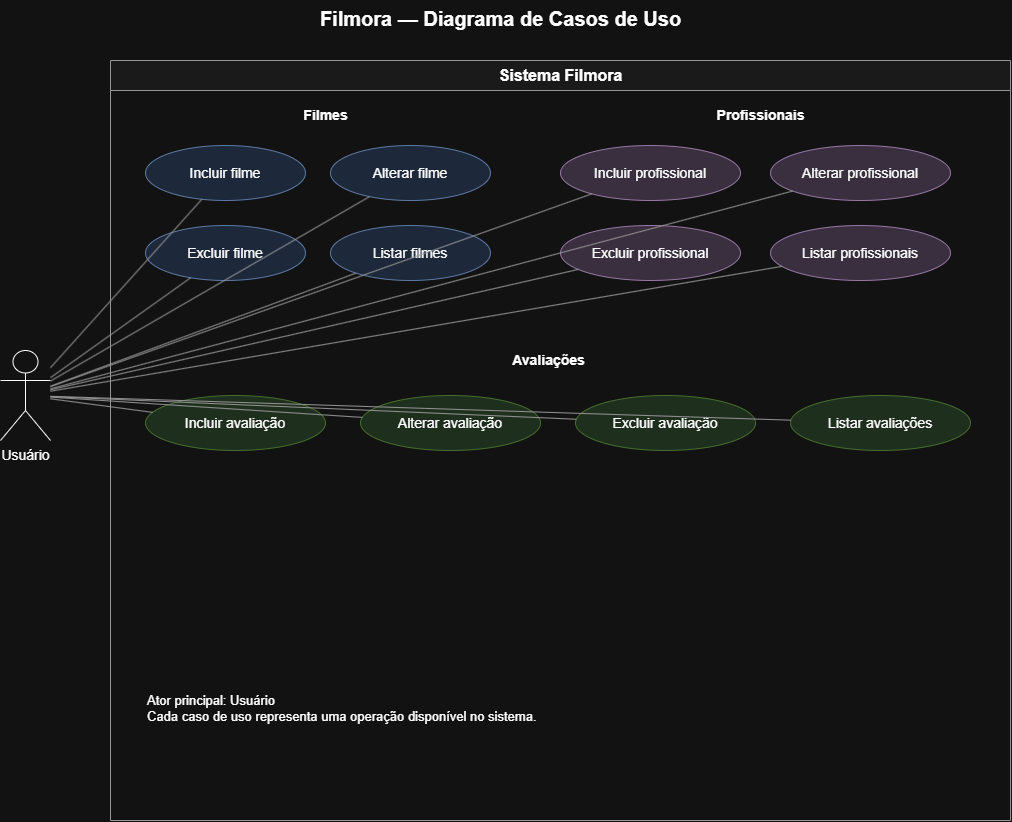
anacmoser/sp3150747Filmora keeps this draw.io diagram as docs/DiagramaCasosdeUso.drawio.png. Above is the earlier version. Source tidied: cells renumbered, new cells last; positions are measured from the earlier drawing's top-left corner, leaving out a move shared by most shapes.
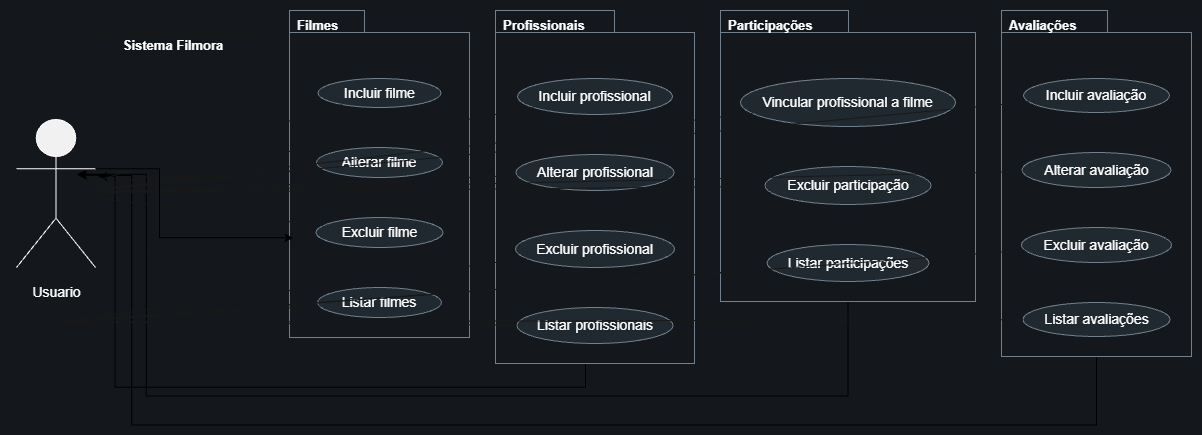
The same diagram one commit later.

Commit message:
ajeitando diagramas

What changed in the source:
```diff
@@ -1,99 +1,159 @@
-<mxGraphModel>
+<mxGraphModel background="#14181c">
   <root>
     <mxCell id="0" />
     <mxCell id="1" parent="0" />
-    <mxCell id="2" value="Filmora — Diagrama de Casos de Uso" style="text;html=1;align=center;verticalAlign=middle;fontSize=20;fontStyle=1;" parent="1" vertex="1">
-      <mxGeometry x="150" width="700" height="35" as="geometry" />
-    </mxCell>
-    <mxCell id="3" value="Usuário" style="shape=umlActor;verticalLabelPosition=bottom;verticalAlign=top;html=1;fontSize=14;labelPerimeter=1;" parent="1" vertex="1">
-      <mxGeometry y="350" width="50" height="90" as="geometry" />
-    </mxCell>
+    <mxCell id="33" style="group;transparentBounds=1;editIcon=1;lockedGroup=0;groupPadding=10;" parent="1" vertex="1">
+      <mxGeometry x="-50" y="-10" as="geometry" />
+    </mxCell>
-    <mxCell id="4" value="Sistema Filmora" style="swimlane;startSize=30;horizontal=1;fillColor=#f5f5f5;strokeColor=#666666;html=1;fontSize=16;fontStyle=1;" parent="1" vertex="1">
-      <mxGeometry x="110" y="60" width="900" height="760" as="geometry" />
+    <mxCell id="4" value="Sistema Filmora" style="swimlane;startSize=26;fillColor=none;strokeColor=#181818;fontColor=#FFFFFF;fontSize=13;fontStyle=1;whiteSpace=wrap;" parent="33" vertex="1">
+      <mxGeometry x="162" y="30" width="180" height="144" as="geometry" />
     </mxCell>
-    <mxCell id="5" value="Filmes" style="text;html=1;align=center;fontStyle=1;fontSize=14;" parent="4" vertex="1">
-      <mxGeometry x="35" y="40" width="360" height="25" as="geometry" />
+    <mxCell id="5" value="Filmes" style="shape=folder;tabWidth=75;tabHeight=22;tabPosition=left;html=1;fillColor=none;strokeColor=#71808c;fontColor=#FFFFFF;fontSize=13;fontStyle=1;align=left;verticalAlign=top;spacingLeft=6;spacingTop=1;" parent="33" vertex="1">
+      <mxGeometry x="368" y="8" width="180" height="327" as="geometry" />
     </mxCell>
-    <mxCell id="6" value="Profissionais" style="text;html=1;align=center;fontStyle=1;fontSize=14;" parent="4" vertex="1">
-      <mxGeometry x="450" y="40" width="400" height="25" as="geometry" />
-    </mxCell>
-    <mxCell id="7" value="Incluir filme" style="ellipse;whiteSpace=wrap;html=1;fillColor=#dae8fc;strokeColor=#6c8ebf;fontSize=14;" parent="4" vertex="1">
-      <mxGeometry x="35" y="85" width="160" height="55" as="geometry" />
+    <mxCell id="7" value="Incluir filme" style="ellipse;html=1;fillColor=#202830;strokeColor=#71808c;whiteSpace=wrap;fontColor=#FFFFFF;fontSize=14;" parent="5" vertex="1">
+      <mxGeometry x="28.5" y="68" width="123" height="29" as="geometry" />
     </mxCell>
-    <mxCell id="8" value="Alterar filme" style="ellipse;whiteSpace=wrap;html=1;fillColor=#dae8fc;strokeColor=#6c8ebf;fontSize=14;" parent="4" vertex="1">
-      <mxGeometry x="220" y="85" width="160" height="55" as="geometry" />
+    <mxCell id="8" value="Alterar filme" style="ellipse;html=1;fillColor=#202830;strokeColor=#71808c;whiteSpace=wrap;fontColor=#FFFFFF;fontSize=14;" parent="5" vertex="1">
+      <mxGeometry x="27" y="137" width="126" height="30" as="geometry" />
     </mxCell>
-    <mxCell id="9" value="Excluir filme" style="ellipse;whiteSpace=wrap;html=1;fillColor=#dae8fc;strokeColor=#6c8ebf;fontSize=14;" parent="4" vertex="1">
-      <mxGeometry x="35" y="165" width="160" height="55" as="geometry" />
+    <mxCell id="9" value="Excluir filme" style="ellipse;html=1;fillColor=#202830;strokeColor=#71808c;whiteSpace=wrap;fontColor=#FFFFFF;fontSize=14;" parent="5" vertex="1">
+      <mxGeometry x="26.5" y="207" width="127" height="30" as="geometry" />
     </mxCell>
-    <mxCell id="10" value="Listar filmes" style="ellipse;whiteSpace=wrap;html=1;fillColor=#dae8fc;strokeColor=#6c8ebf;fontSize=14;" parent="4" vertex="1">
-      <mxGeometry x="220" y="165" width="160" height="55" as="geometry" />
+    <mxCell id="10" value="Listar filmes" style="ellipse;html=1;fillColor=#202830;strokeColor=#71808c;whiteSpace=wrap;fontColor=#FFFFFF;fontSize=14;" parent="5" vertex="1">
+      <mxGeometry x="28" y="277" width="124" height="30" as="geometry" />
     </mxCell>
+    <mxCell id="34" style="edgeStyle=orthogonalEdgeStyle;rounded=0;jettySize=auto;html=1;exitX=0.5;exitY=1;exitDx=0;exitDy=0;exitPerimeter=0;defaultLabelBackgroundColor=page;labelPadding=0 4;strokeColor=light-dark(#000000,#000000);" parent="33" edge="1" source="6">
+      <mxGeometry x="0.04" relative="1" as="geometry">
+        <mxPoint x="176.7" y="174" as="targetPoint" />
+        <Array as="points">
+          <mxPoint x="663.9" y="361" />
+          <mxPoint x="663.9" y="384.7" />
+          <mxPoint x="193.5" y="384.7" />
+          <mxPoint x="193.5" y="174" />
+        </Array>
+      </mxGeometry>
+    </mxCell>
+    <mxCell id="6" value="Profissionais" style="shape=folder;tabWidth=119;tabHeight=22;tabPosition=left;html=1;fillColor=none;strokeColor=#71808c;fontColor=#FFFFFF;fontSize=13;fontStyle=1;align=left;verticalAlign=top;spacingLeft=6;spacingTop=1;" parent="33" vertex="1">
+      <mxGeometry x="574" y="8" width="199" height="353" as="geometry" />
+    </mxCell>
-    <mxCell id="11" value="Incluir profissional" style="ellipse;whiteSpace=wrap;html=1;fillColor=#e1d5e7;strokeColor=#9673a6;fontSize=14;" parent="4" vertex="1">
-      <mxGeometry x="450" y="85" width="180" height="55" as="geometry" />
+    <mxCell id="11" value="Incluir profissional" style="ellipse;html=1;fillColor=#202830;strokeColor=#71808c;whiteSpace=wrap;fontColor=#FFFFFF;fontSize=14;" parent="6" vertex="1">
+      <mxGeometry x="22" y="68" width="155" height="36" as="geometry" />
     </mxCell>
-    <mxCell id="12" value="Alterar profissional" style="ellipse;whiteSpace=wrap;html=1;fillColor=#e1d5e7;strokeColor=#9673a6;fontSize=14;" parent="4" vertex="1">
-      <mxGeometry x="660" y="85" width="180" height="55" as="geometry" />
+    <mxCell id="12" value="Alterar profissional" style="ellipse;html=1;fillColor=#202830;strokeColor=#71808c;whiteSpace=wrap;fontColor=#FFFFFF;fontSize=14;" parent="6" vertex="1">
+      <mxGeometry x="20.5" y="144" width="158" height="36" as="geometry" />
     </mxCell>
-    <mxCell id="13" value="Excluir profissional" style="ellipse;whiteSpace=wrap;html=1;fillColor=#e1d5e7;strokeColor=#9673a6;fontSize=14;" parent="4" vertex="1">
-      <mxGeometry x="450" y="165" width="180" height="55" as="geometry" />
+    <mxCell id="13" value="Excluir profissional" style="ellipse;html=1;fillColor=#202830;strokeColor=#71808c;whiteSpace=wrap;fontColor=#FFFFFF;fontSize=14;" parent="6" vertex="1">
+      <mxGeometry x="20" y="220" width="159" height="37" as="geometry" />
     </mxCell>
-    <mxCell id="14" value="Listar profissionais" style="ellipse;whiteSpace=wrap;html=1;fillColor=#e1d5e7;strokeColor=#9673a6;fontSize=14;" parent="4" vertex="1">
-      <mxGeometry x="660" y="165" width="180" height="55" as="geometry" />
+    <mxCell id="14" value="Listar profissionais" style="ellipse;html=1;fillColor=#202830;strokeColor=#71808c;whiteSpace=wrap;fontColor=#FFFFFF;fontSize=14;" parent="6" vertex="1">
+      <mxGeometry x="21.5" y="297" width="156" height="36" as="geometry" />
     </mxCell>
+    <mxCell id="35" style="edgeStyle=orthogonalEdgeStyle;rounded=0;jettySize=auto;html=1;exitX=0.5;exitY=1;exitDx=0;exitDy=0;exitPerimeter=0;defaultLabelBackgroundColor=page;labelPadding=0 4;strokeColor=light-dark(#000000,#000000);" parent="33" edge="1" source="36">
+      <mxGeometry relative="1" as="geometry">
+        <mxPoint x="155.6" y="171.7" as="targetPoint" />
+        <Array as="points">
+          <mxPoint x="926.5" y="393.6" />
+          <mxPoint x="224.7" y="393.6" />
+          <mxPoint x="224.7" y="171.7" />
+        </Array>
+      </mxGeometry>
+    </mxCell>
+    <mxCell id="36" value="Participações" style="shape=folder;tabWidth=128;tabHeight=22;tabPosition=left;html=1;fillColor=none;strokeColor=#71808c;fontColor=#FFFFFF;fontSize=13;fontStyle=1;align=left;verticalAlign=top;spacingLeft=6;spacingTop=1;" parent="33" vertex="1">
+      <mxGeometry x="799" y="8" width="255" height="291" as="geometry" />
+    </mxCell>
+    <mxCell id="37" value="Vincular profissional a filme" style="ellipse;html=1;fillColor=#202830;strokeColor=#71808c;whiteSpace=wrap;fontColor=#FFFFFF;fontSize=14;" parent="36" vertex="1">
+      <mxGeometry x="20" y="68" width="215" height="48" as="geometry" />
+    </mxCell>
+    <mxCell id="38" value="Excluir participação" style="ellipse;html=1;fillColor=#202830;strokeColor=#71808c;whiteSpace=wrap;fontColor=#FFFFFF;fontSize=14;" parent="36" vertex="1">
+      <mxGeometry x="44.5" y="156" width="166" height="38" as="geometry" />
+    </mxCell>
+    <mxCell id="39" value="Listar participações" style="ellipse;html=1;fillColor=#202830;strokeColor=#71808c;whiteSpace=wrap;fontColor=#FFFFFF;fontSize=14;" parent="36" vertex="1">
+      <mxGeometry x="46.5" y="234" width="162" height="37" as="geometry" />
+    </mxCell>
+    <mxCell id="40" style="edgeStyle=orthogonalEdgeStyle;rounded=0;jettySize=auto;html=1;exitX=0.5;exitY=1;exitDx=0;exitDy=0;exitPerimeter=0;defaultLabelBackgroundColor=page;labelPadding=0 4;strokeColor=light-dark(#000000,#000000);" parent="33" edge="1" source="15">
+      <mxGeometry x="0.07" relative="1" as="geometry">
+        <mxPoint x="156.7" y="172.9" as="targetPoint" />
+        <Array as="points">
+          <mxPoint x="1175" y="422.6" />
+          <mxPoint x="210.2" y="422.6" />
+          <mxPoint x="210.2" y="172.9" />
+        </Array>
+      </mxGeometry>
+    </mxCell>
-    <mxCell id="15" value="Avaliações" style="text;html=1;align=center;fontStyle=1;fontSize=14;" parent="4" vertex="1">
-      <mxGeometry x="35" y="285" width="805" height="25" as="geometry" />
+    <mxCell id="15" value="Avaliações" style="shape=folder;tabWidth=106;tabHeight=22;tabPosition=left;html=1;fillColor=none;strokeColor=#71808c;fontColor=#FFFFFF;fontSize=13;fontStyle=1;align=left;verticalAlign=top;spacingLeft=6;spacingTop=1;" parent="33" vertex="1">
+      <mxGeometry x="1080" y="8" width="190" height="346" as="geometry" />
     </mxCell>
-    <mxCell id="16" value="Incluir avaliação" style="ellipse;whiteSpace=wrap;html=1;fillColor=#d5e8d4;strokeColor=#82b366;fontSize=14;" parent="4" vertex="1">
-      <mxGeometry x="35" y="335" width="180" height="55" as="geometry" />
+    <mxCell id="16" value="Incluir avaliação" style="ellipse;html=1;fillColor=#202830;strokeColor=#71808c;whiteSpace=wrap;fontColor=#FFFFFF;fontSize=14;" parent="15" vertex="1">
+      <mxGeometry x="22" y="68" width="146" height="34" as="geometry" />
     </mxCell>
-    <mxCell id="17" value="Alterar avaliação" style="ellipse;whiteSpace=wrap;html=1;fillColor=#d5e8d4;strokeColor=#82b366;fontSize=14;" parent="4" vertex="1">
-      <mxGeometry x="250" y="335" width="180" height="55" as="geometry" />
+    <mxCell id="17" value="Alterar avaliação" style="ellipse;html=1;fillColor=#202830;strokeColor=#71808c;whiteSpace=wrap;fontColor=#FFFFFF;fontSize=14;" parent="15" vertex="1">
+      <mxGeometry x="20.5" y="142" width="149" height="35" as="geometry" />
     </mxCell>
-    <mxCell id="18" value="Excluir avaliação" style="ellipse;whiteSpace=wrap;html=1;fillColor=#d5e8d4;strokeColor=#82b366;fontSize=14;" parent="4" vertex="1">
-      <mxGeometry x="465" y="335" width="180" height="55" as="geometry" />
+    <mxCell id="18" value="Excluir avaliação" style="ellipse;html=1;fillColor=#202830;strokeColor=#71808c;whiteSpace=wrap;fontColor=#FFFFFF;fontSize=14;" parent="15" vertex="1">
+      <mxGeometry x="20" y="217" width="150" height="35" as="geometry" />
     </mxCell>
-    <mxCell id="19" value="Listar avaliações" style="ellipse;whiteSpace=wrap;html=1;fillColor=#d5e8d4;strokeColor=#82b366;fontSize=14;" parent="4" vertex="1">
-      <mxGeometry x="680" y="335" width="180" height="55" as="geometry" />
+    <mxCell id="19" value="Listar avaliações" style="ellipse;html=1;fillColor=#202830;strokeColor=#71808c;whiteSpace=wrap;fontColor=#FFFFFF;fontSize=14;" parent="15" vertex="1">
+      <mxGeometry x="21.5" y="292" width="147" height="34" as="geometry" />
     </mxCell>
-    <mxCell id="20" value="Ator principal: Usuário&#10;Cada caso de uso representa uma operação disponível no sistema." style="text;html=1;align=left;verticalAlign=middle;fontSize=13;" parent="4" vertex="1">
-      <mxGeometry x="35" y="620" width="800" height="55" as="geometry" />
-    </mxCell>
-    <mxCell id="21" style="endArrow=none;html=1;strokeColor=#666666;labelBackgroundColor=default;defaultLabelBackgroundColor=page;" parent="1" edge="1" source="3" target="7">
-      <mxGeometry relative="1" as="geometry" />
-    </mxCell>
-    <mxCell id="22" style="endArrow=none;html=1;strokeColor=#666666;labelBackgroundColor=default;defaultLabelBackgroundColor=page;" parent="1" edge="1" source="3" target="8">
-      <mxGeometry relative="1" as="geometry" />
-    </mxCell>
-    <mxCell id="23" style="endArrow=none;html=1;strokeColor=#666666;labelBackgroundColor=default;defaultLabelBackgroundColor=page;" parent="1" edge="1" source="3" target="9">
-      <mxGeometry relative="1" as="geometry" />
-    </mxCell>
-    <mxCell id="24" style="endArrow=none;html=1;strokeColor=#666666;labelBackgroundColor=default;defaultLabelBackgroundColor=page;" parent="1" edge="1" source="3" target="10">
-      <mxGeometry relative="1" as="geometry" />
-    </mxCell>
-    <mxCell id="25" style="endArrow=none;html=1;strokeColor=#666666;labelBackgroundColor=default;defaultLabelBackgroundColor=page;" parent="1" edge="1" source="3" target="11">
-      <mxGeometry relative="1" as="geometry" />
-    </mxCell>
-    <mxCell id="26" style="endArrow=none;html=1;strokeColor=#666666;labelBackgroundColor=default;defaultLabelBackgroundColor=page;" parent="1" edge="1" source="3" target="12">
-      <mxGeometry relative="1" as="geometry" />
-    </mxCell>
-    <mxCell id="27" style="endArrow=none;html=1;strokeColor=#666666;labelBackgroundColor=default;defaultLabelBackgroundColor=page;" parent="1" edge="1" source="3" target="13">
-      <mxGeometry relative="1" as="geometry" />
-    </mxCell>
-    <mxCell id="28" style="endArrow=none;html=1;strokeColor=#666666;labelBackgroundColor=default;defaultLabelBackgroundColor=page;" parent="1" edge="1" source="3" target="14">
-      <mxGeometry relative="1" as="geometry" />
-    </mxCell>
-    <mxCell id="29" style="endArrow=none;html=1;strokeColor=#666666;labelBackgroundColor=default;defaultLabelBackgroundColor=page;" parent="1" edge="1" source="3" target="16">
-      <mxGeometry relative="1" as="geometry" />
-    </mxCell>
-    <mxCell id="30" style="endArrow=none;html=1;strokeColor=#666666;labelBackgroundColor=default;defaultLabelBackgroundColor=page;" parent="1" edge="1" source="3" target="17">
-      <mxGeometry relative="1" as="geometry" />
-    </mxCell>
-    <mxCell id="31" style="endArrow=none;html=1;strokeColor=#666666;labelBackgroundColor=default;defaultLabelBackgroundColor=page;" parent="1" edge="1" source="3" target="18">
-      <mxGeometry relative="1" as="geometry" />
-    </mxCell>
-    <mxCell id="32" style="endArrow=none;html=1;strokeColor=#666666;labelBackgroundColor=default;defaultLabelBackgroundColor=page;" parent="1" edge="1" source="3" target="19">
-      <mxGeometry relative="1" as="geometry" />
-    </mxCell>
+    <mxCell id="41" style="shape=umlActor;html=1;fillColor=#F1F1F1;strokeColor=#FFFFFF;fontColor=#FFFFFF;fontSize=14;" parent="33" vertex="1">
+      <mxGeometry x="95" y="117" width="79" height="148" as="geometry" />
+    </mxCell>
+    <mxCell id="42" value="Usuario" style="text;html=1;align=center;verticalAlign=middle;spacingBottom=1;fontColor=#FFFFFF;fontSize=14;" parent="41" vertex="1">
+      <mxGeometry x="-16.8" y="152.9" width="112.6" height="41.9" as="geometry" />
+    </mxCell>
+    <mxCell id="43" style="endArrow=none;strokeColor=#181818;fontColor=#FFFFFF;fontSize=13;edgeStyle=none;rounded=0;html=1;curved=0;endSize=6;sourcePerimeterSpacing=0;targetPerimeterSpacing=0;" parent="33" edge="1" source="41" target="7">
+      <mxGeometry relative="1" as="geometry" />
+    </mxCell>
+    <mxCell id="44" style="endArrow=none;strokeColor=#181818;fontColor=#FFFFFF;fontSize=13;edgeStyle=none;rounded=0;html=1;curved=0;endSize=6;sourcePerimeterSpacing=0;targetPerimeterSpacing=0;" parent="33" edge="1" source="41" target="8">
+      <mxGeometry relative="1" as="geometry" />
+    </mxCell>
+    <mxCell id="45" style="endArrow=none;strokeColor=#181818;fontColor=#FFFFFF;fontSize=13;edgeStyle=none;rounded=0;html=1;curved=0;endSize=6;sourcePerimeterSpacing=0;targetPerimeterSpacing=0;" parent="33" edge="1" source="41" target="9">
+      <mxGeometry relative="1" as="geometry" />
+    </mxCell>
+    <mxCell id="46" style="endArrow=none;strokeColor=#181818;fontColor=#FFFFFF;fontSize=13;edgeStyle=none;rounded=0;html=1;exitX=0.5;exitY=1.37;exitPerimeter=0;curved=0;endSize=6;sourcePerimeterSpacing=0;targetPerimeterSpacing=0;" parent="33" edge="1" source="41" target="10">
+      <mxGeometry relative="1" as="geometry" />
+    </mxCell>
+    <mxCell id="47" style="endArrow=none;strokeColor=#181818;fontColor=#FFFFFF;fontSize=13;edgeStyle=none;rounded=0;html=1;curved=0;endSize=6;sourcePerimeterSpacing=0;targetPerimeterSpacing=0;" parent="33" edge="1" source="41" target="11">
+      <mxGeometry relative="1" as="geometry" />
+    </mxCell>
+    <mxCell id="48" style="endArrow=none;strokeColor=#181818;fontColor=#FFFFFF;fontSize=13;edgeStyle=none;rounded=0;html=1;curved=0;endSize=6;sourcePerimeterSpacing=0;targetPerimeterSpacing=0;" parent="33" edge="1" source="41" target="12">
+      <mxGeometry relative="1" as="geometry" />
+    </mxCell>
+    <mxCell id="49" style="endArrow=none;strokeColor=#181818;fontColor=#FFFFFF;fontSize=13;edgeStyle=none;rounded=0;html=1;exitX=0.5;exitY=1.37;exitPerimeter=0;curved=0;endSize=6;sourcePerimeterSpacing=0;targetPerimeterSpacing=0;" parent="33" edge="1" source="41" target="13">
+      <mxGeometry relative="1" as="geometry" />
+    </mxCell>
+    <mxCell id="50" style="endArrow=none;strokeColor=#181818;fontColor=#FFFFFF;fontSize=13;edgeStyle=none;rounded=0;html=1;exitX=0.5;exitY=1.37;exitPerimeter=0;curved=0;endSize=6;sourcePerimeterSpacing=0;targetPerimeterSpacing=0;" parent="33" edge="1" source="41" target="14">
+      <mxGeometry relative="1" as="geometry" />
+    </mxCell>
+    <mxCell id="51" style="endArrow=none;strokeColor=#181818;fontColor=#FFFFFF;fontSize=13;edgeStyle=none;rounded=0;html=1;curved=0;endSize=6;sourcePerimeterSpacing=0;targetPerimeterSpacing=0;" parent="33" edge="1" source="41" target="37">
+      <mxGeometry relative="1" as="geometry" />
+    </mxCell>
+    <mxCell id="52" style="endArrow=none;strokeColor=#181818;fontColor=#FFFFFF;fontSize=13;edgeStyle=none;rounded=0;html=1;curved=0;endSize=6;sourcePerimeterSpacing=0;targetPerimeterSpacing=0;" parent="33" edge="1" source="41" target="38">
+      <mxGeometry relative="1" as="geometry" />
+    </mxCell>
+    <mxCell id="53" style="endArrow=none;strokeColor=#181818;fontColor=#FFFFFF;fontSize=13;edgeStyle=none;rounded=0;html=1;exitX=0.5;exitY=1.37;exitPerimeter=0;curved=0;endSize=6;sourcePerimeterSpacing=0;targetPerimeterSpacing=0;" parent="33" edge="1" source="41" target="39">
+      <mxGeometry relative="1" as="geometry" />
+    </mxCell>
+    <mxCell id="54" style="endArrow=none;strokeColor=#181818;fontColor=#FFFFFF;fontSize=13;edgeStyle=none;rounded=0;html=1;curved=0;endSize=6;sourcePerimeterSpacing=0;targetPerimeterSpacing=0;" parent="33" edge="1" source="41" target="16">
+      <mxGeometry relative="1" as="geometry" />
+    </mxCell>
+    <mxCell id="55" style="endArrow=none;strokeColor=#181818;fontColor=#FFFFFF;fontSize=13;edgeStyle=none;rounded=0;html=1;curved=0;endSize=6;sourcePerimeterSpacing=0;targetPerimeterSpacing=0;" parent="33" edge="1" source="41" target="17">
+      <mxGeometry relative="1" as="geometry" />
+    </mxCell>
+    <mxCell id="56" style="endArrow=none;strokeColor=#181818;fontColor=#FFFFFF;fontSize=13;edgeStyle=none;rounded=0;html=1;exitX=0.5;exitY=1.37;exitPerimeter=0;curved=0;endSize=6;sourcePerimeterSpacing=0;targetPerimeterSpacing=0;" parent="33" edge="1" source="41" target="18">
+      <mxGeometry relative="1" as="geometry" />
+    </mxCell>
+    <mxCell id="57" style="endArrow=none;strokeColor=#181818;fontColor=#FFFFFF;fontSize=13;edgeStyle=none;rounded=0;html=1;exitX=0.5;exitY=1.37;exitPerimeter=0;curved=0;endSize=6;sourcePerimeterSpacing=0;targetPerimeterSpacing=0;" parent="33" edge="1" source="41" target="19">
+      <mxGeometry relative="1" as="geometry" />
+    </mxCell>
+    <mxCell id="58" style="edgeStyle=orthogonalEdgeStyle;rounded=0;jettySize=auto;html=1;exitX=1;exitY=0.3333333333333333;exitDx=0;exitDy=0;entryX=0.021;entryY=0.695;entryDx=0;entryDy=0;entryPerimeter=0;defaultLabelBackgroundColor=page;labelPadding=0 4;exitPerimeter=0;strokeColor=light-dark(#000000,#000000);" parent="33" edge="1" source="41" target="5">
+      <mxGeometry relative="1" as="geometry">
+        <Array as="points">
+          <mxPoint x="238.1" y="166.3" />
+          <mxPoint x="238.1" y="235.3" />
+        </Array>
+      </mxGeometry>
+    </mxCell>
   </root>
 </mxGraphModel>
```
